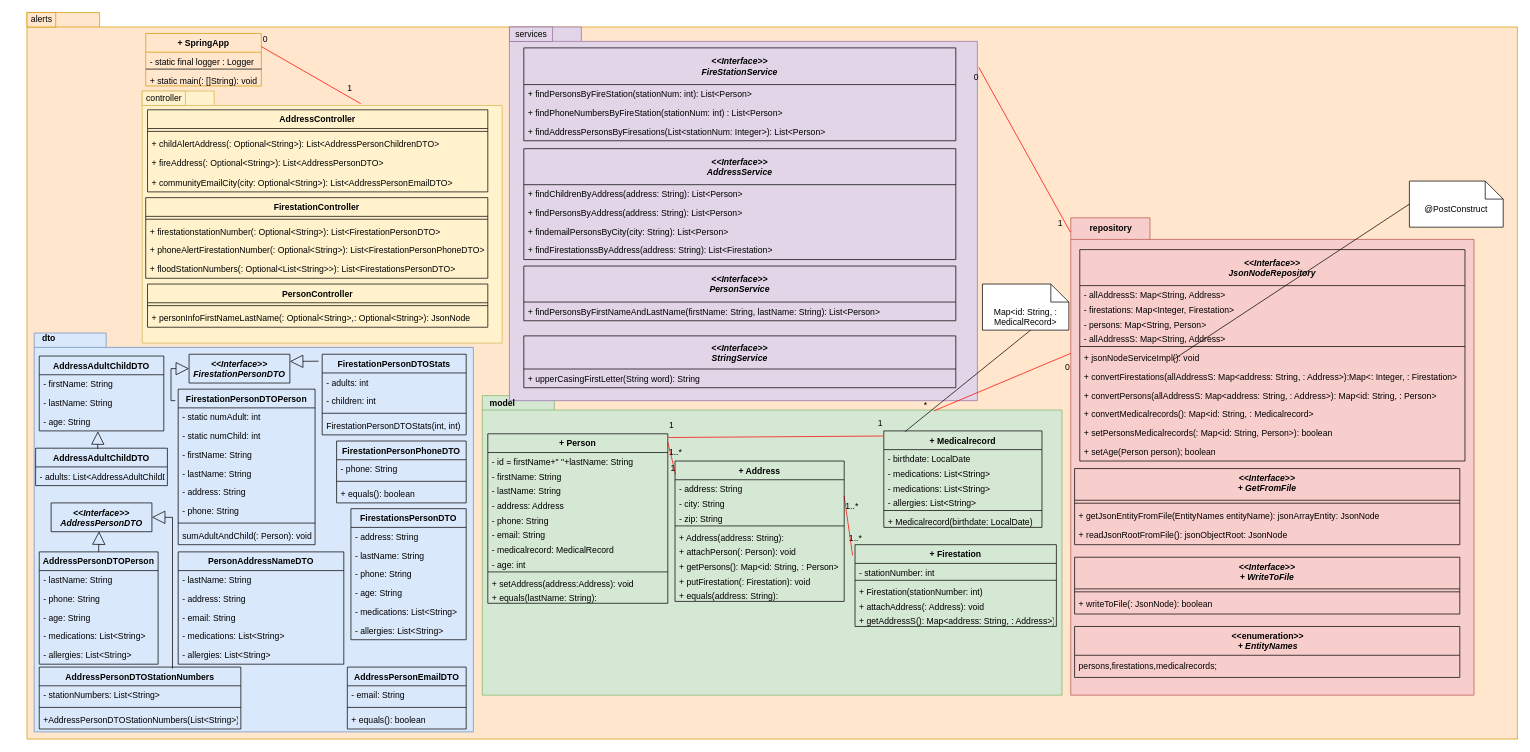
This is page "ClassDiagram1" (1 of 2) of UML/classDiagram.drawio from andrechico999/https-github.com-emmo78-com.safetynet.alerts, a draw.io file, before an edit. Source tidied: cells renumbered, new cells numbered last; positions are measured from the earlier drawing's top-left corner, leaving out a move shared by most shapes. Both pictures are drawn from the tidied source at 72%, with x=0, y=0 at pixel (12, 12).
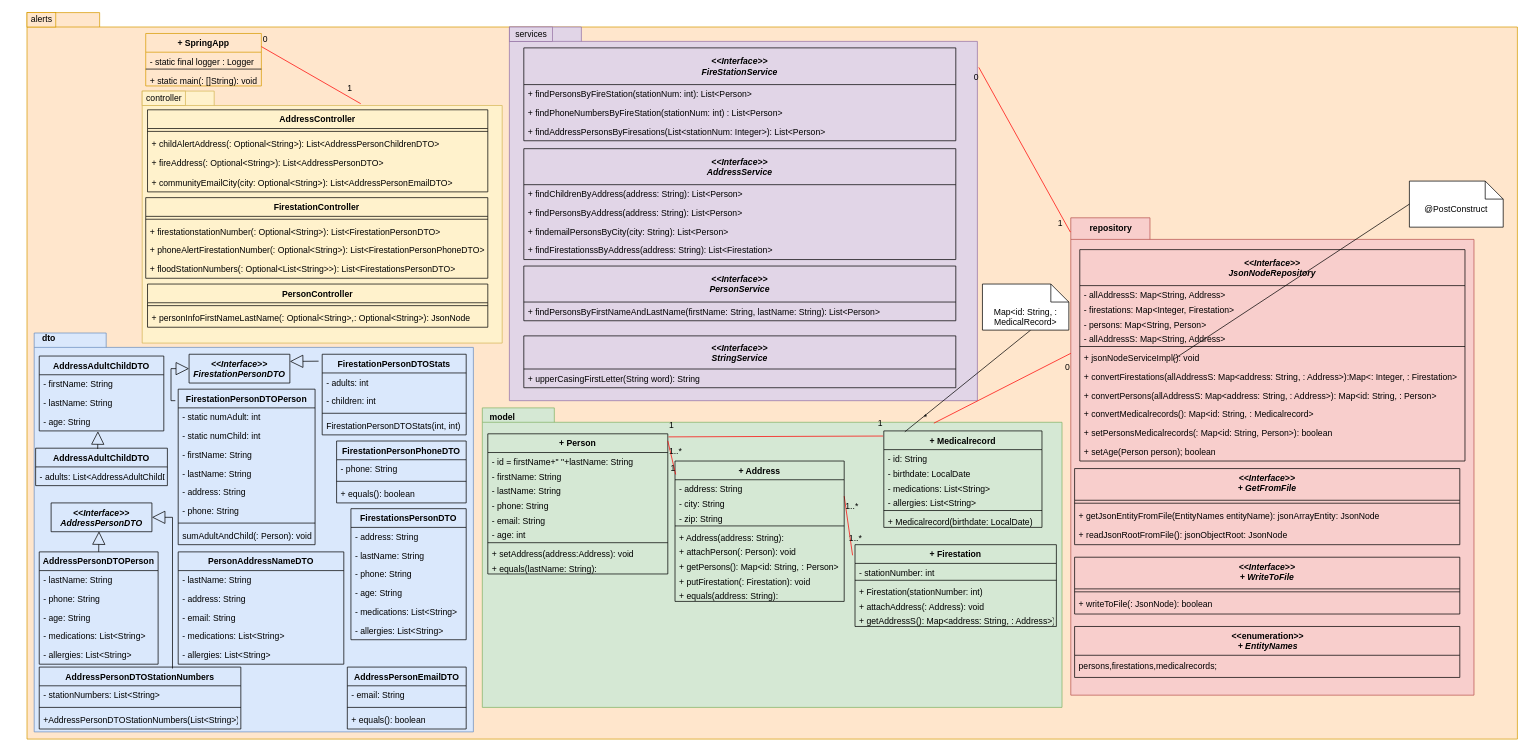
The same diagram, later.

Unchanged cells that the change refers to:
```xml
<mxCell id="25" value="+ Medicalrecord" style="swimlane;fontStyle=1;align=center;verticalAlign=top;horizontal=1;startSize=26;fillColor=#d5e8d4;strokeColor=#000000;" parent="1" vertex="1">
  <mxGeometry x="1210" y="581" width="219.7" height="134" as="geometry" />
</mxCell>
```

The edit, as a diff of the source:
```diff
@@
     <mxCell id="12" style="shape=folder;fontStyle=1;spacingTop=10;tabWidth=100;tabHeight=20;tabPosition=left;html=1;fillColor=#d5e8d4;strokeColor=#82b366;" parent="1" vertex="1">
-      <mxGeometry x="652.4" y="532" width="805.1" height="416" as="geometry" />
+      <mxGeometry x="652.4" y="549" width="805.1" height="416" as="geometry" />
     </mxCell>
     <mxCell id="13" value="+ Person" style="swimlane;fontStyle=1;align=center;verticalAlign=top;horizontal=1;startSize=26;fillColor=#d5e8d4;strokeColor=#000000;" parent="1" vertex="1">
-      <mxGeometry x="660" y="585" width="250" height="235.4" as="geometry" />
+      <mxGeometry x="660" y="585" width="250" height="194.7" as="geometry" />
     </mxCell>
@@
-    <mxCell id="17" value="- address: Address" style="text;strokeColor=none;fillColor=none;align=left;verticalAlign=top;spacingLeft=4;spacingRight=4;overflow=hidden;" parent="13" vertex="1">
-      <mxGeometry y="87" width="250" height="20.3" as="geometry" />
-    </mxCell>
     <mxCell id="18" value="- phone: String" style="text;strokeColor=none;fillColor=none;align=left;verticalAlign=top;spacingLeft=4;spacingRight=4;overflow=hidden;" parent="13" vertex="1">
-      <mxGeometry y="107.4" width="250" height="20.3" as="geometry" />
+      <mxGeometry y="87" width="250" height="20.3" as="geometry" />
     </mxCell>
     <mxCell id="19" value="- email: String" style="text;strokeColor=none;fillColor=none;align=left;verticalAlign=top;spacingLeft=4;spacingRight=4;overflow=hidden;" parent="13" vertex="1">
-      <mxGeometry y="127.7" width="250" height="20.3" as="geometry" />
+      <mxGeometry y="107.4" width="250" height="20.3" as="geometry" />
     </mxCell>
-    <mxCell id="20" value="- medicalrecord: MedicalRecord" style="text;strokeColor=none;fillColor=none;align=left;verticalAlign=top;spacingLeft=4;spacingRight=4;overflow=hidden;" parent="13" vertex="1">
-      <mxGeometry y="148.1" width="250" height="20.3" as="geometry" />
-    </mxCell>
     <mxCell id="21" value="- age: int" style="text;strokeColor=none;fillColor=none;align=left;verticalAlign=top;spacingLeft=4;spacingRight=4;overflow=hidden;" parent="13" vertex="1">
-      <mxGeometry y="168.4" width="250" height="20.3" as="geometry" />
+      <mxGeometry y="127.7" width="250" height="20.3" as="geometry" />
     </mxCell>
     <mxCell id="22" style="line;strokeWidth=1;fillColor=none;align=left;verticalAlign=middle;spacingTop=-1;spacingLeft=3;spacingRight=3;labelPosition=right;" parent="13" vertex="1">
-      <mxGeometry y="188.7" width="250" height="6.3" as="geometry" />
+      <mxGeometry y="148.1" width="250" height="6.3" as="geometry" />
     </mxCell>
     <mxCell id="23" value="+ setAddress(address:Address): void" style="text;strokeColor=none;fillColor=none;align=left;verticalAlign=top;spacingLeft=4;spacingRight=4;overflow=hidden;" parent="13" vertex="1">
-      <mxGeometry y="195" width="250" height="20" as="geometry" />
+      <mxGeometry y="154.3" width="250" height="20" as="geometry" />
     </mxCell>
     <mxCell id="24" value="+ equals(lastName: String):" style="text;strokeColor=none;fillColor=none;align=left;verticalAlign=top;spacingLeft=4;spacingRight=4;overflow=hidden;" parent="13" vertex="1">
-      <mxGeometry y="215" width="250" height="20.3" as="geometry" />
+      <mxGeometry y="174.3" width="250" height="20.3" as="geometry" />
     </mxCell>
@@
+    <mxCell id="27" value="- id: String" style="text;strokeColor=none;fillColor=none;align=left;verticalAlign=top;spacingLeft=4;spacingRight=4;overflow=hidden;" parent="25" vertex="1">
+      <mxGeometry y="26" width="219.7" height="20.3" as="geometry" />
+    </mxCell>
     <mxCell id="26" value="- birthdate: LocalDate" style="text;strokeColor=none;fillColor=none;align=left;verticalAlign=top;spacingLeft=4;spacingRight=4;overflow=hidden;" parent="25" vertex="1">
-      <mxGeometry y="26" width="219.7" height="20.3" as="geometry" />
+      <mxGeometry y="46.3" width="219.7" height="20.3" as="geometry" />
     </mxCell>
-    <mxCell id="27" value="- medications: List&lt;String&gt;" style="text;strokeColor=none;fillColor=none;align=left;verticalAlign=top;spacingLeft=4;spacingRight=4;overflow=hidden;" parent="25" vertex="1">
-      <mxGeometry y="46.3" width="219.7" height="20.3" as="geometry" />
-    </mxCell>
@@
     <mxCell id="118" value="&lt;span style=&quot;font-size: 12px;&quot;&gt;model&lt;/span&gt;" style="text;strokeColor=none;fillColor=none;html=1;fontSize=24;fontStyle=1;verticalAlign=middle;align=center;" parent="1" vertex="1">
-      <mxGeometry x="630" y="519" width="100" height="40" as="geometry" />
+      <mxGeometry x="630" y="539" width="100" height="40" as="geometry" />
     </mxCell>
```
